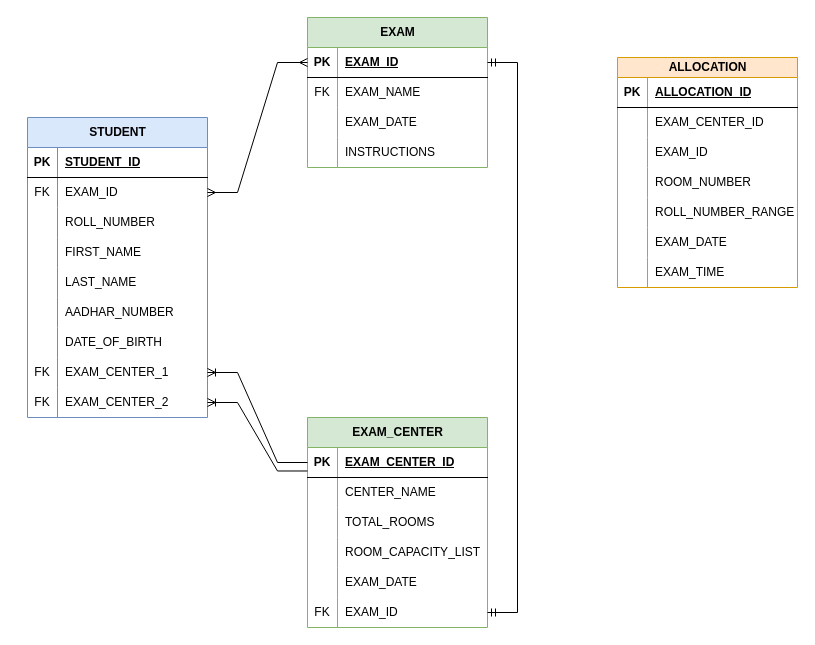
Above: DFD.drawio in Bibhash7/SeatWise (draw.io), before the change. Source tidied: cells renumbered, new cells numbered last; positions are measured from the earlier drawing's top-left corner, leaving out a move shared by most shapes. Both pictures are drawn from the tidied source at 100%, with x=0, y=0 at pixel (27, 17).
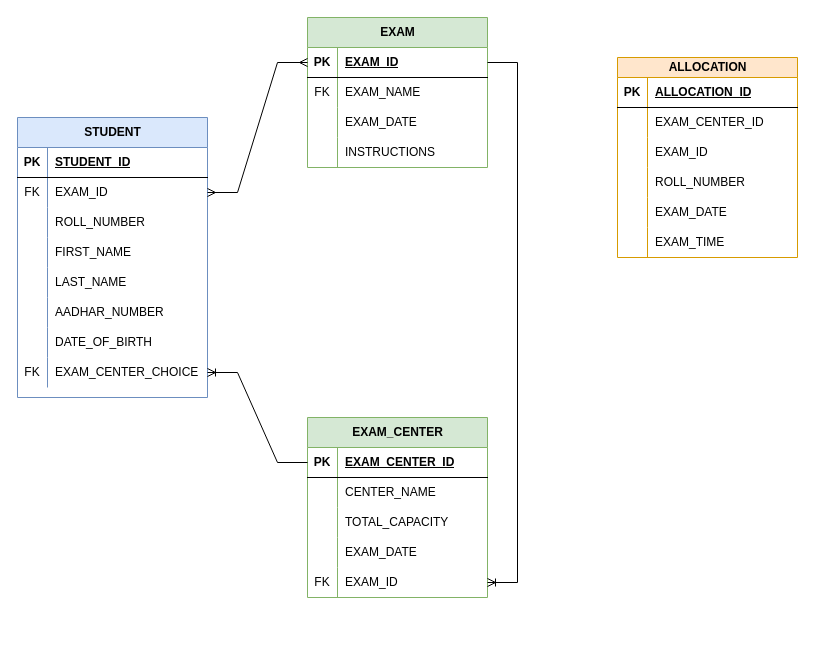
After the change.

The change refers to these unchanged cells:
```xml
<mxCell id="31" style="shape=tableRow;horizontal=0;startSize=0;swimlaneHead=0;swimlaneBody=0;fillColor=none;points=[[0,0.5],[1,0.5]];portConstraint=eastwest;top=0;left=0;right=0;bottom=1;" parent="30" vertex="1">
  <mxGeometry y="30" width="180" height="30" as="geometry" />
</mxCell>
<mxCell id="44" style="shape=tableRow;horizontal=0;startSize=0;swimlaneHead=0;swimlaneBody=0;fillColor=none;points=[[0,0.5],[1,0.5]];portConstraint=eastwest;top=0;left=0;right=0;bottom=1;" parent="43" vertex="1">
  <mxGeometry y="30" width="180" height="30" as="geometry" />
</mxCell>
<mxCell id="50" style="shape=tableRow;horizontal=0;startSize=0;swimlaneHead=0;swimlaneBody=0;fillColor=none;top=0;left=0;right=0;bottom=0;" parent="43" vertex="1">
  <mxGeometry y="90" width="180" height="30" as="geometry" />
</mxCell>
<mxCell id="72" style="shape=tableRow;horizontal=0;startSize=0;swimlaneHead=0;swimlaneBody=0;fillColor=none;top=0;left=0;right=0;bottom=0;" parent="62" vertex="1">
  <mxGeometry y="110" width="180" height="30" as="geometry" />
</mxCell>
```

Diff of the diagram source:
```diff
@@
     <mxCell id="2" value="STUDENT" style="shape=table;startSize=30;childLayout=tableLayout;rowLines=0;fontStyle=1;align=center;html=1;fillColor=#dae8fc;strokeColor=#6c8ebf;" parent="1" vertex="1">
-      <mxGeometry y="100" width="180" height="300" as="geometry" />
+      <mxGeometry x="-10" y="100" width="190" height="280" as="geometry" />
     </mxCell>
     <mxCell id="3" style="shape=tableRow;horizontal=0;startSize=0;swimlaneHead=0;swimlaneBody=0;fillColor=none;top=0;left=0;right=0;bottom=1;" parent="2" vertex="1">
-      <mxGeometry y="30" width="180" height="30" as="geometry" />
+      <mxGeometry y="30" width="190" height="30" as="geometry" />
     </mxCell>
@@
     <mxCell id="5" value="STUDENT_ID" style="shape=partialRectangle;fillColor=none;top=0;left=0;bottom=0;right=0;align=left;spacingLeft=6;fontStyle=5;overflow=hidden;whiteSpace=wrap;html=1;" parent="3" vertex="1">
-      <mxGeometry x="30" width="150" height="30" as="geometry" />
+      <mxGeometry x="30" width="160" height="30" as="geometry" />
     </mxCell>
     <mxCell id="6" style="shape=tableRow;horizontal=0;startSize=0;swimlaneHead=0;swimlaneBody=0;fillColor=none;points=[[0,0.5],[1,0.5]];portConstraint=eastwest;top=0;left=0;right=0;bottom=0;" parent="2" vertex="1">
-      <mxGeometry y="60" width="180" height="30" as="geometry" />
+      <mxGeometry y="60" width="190" height="30" as="geometry" />
     </mxCell>
@@
     <mxCell id="8" value="EXAM_ID" style="shape=partialRectangle;fillColor=none;top=0;left=0;bottom=0;right=0;align=left;spacingLeft=6;overflow=hidden;whiteSpace=wrap;html=1;" parent="6" vertex="1">
-      <mxGeometry x="30" width="150" height="30" as="geometry" />
+      <mxGeometry x="30" width="160" height="30" as="geometry" />
     </mxCell>
     <mxCell id="9" style="shape=tableRow;horizontal=0;startSize=0;swimlaneHead=0;swimlaneBody=0;fillColor=none;top=0;left=0;right=0;bottom=0;" parent="2" vertex="1">
-      <mxGeometry y="90" width="180" height="30" as="geometry" />
+      <mxGeometry y="90" width="190" height="30" as="geometry" />
     </mxCell>
@@
     <mxCell id="11" value="ROLL_NUMBER" style="shape=partialRectangle;fillColor=none;top=0;left=0;bottom=0;right=0;align=left;spacingLeft=6;overflow=hidden;whiteSpace=wrap;html=1;" parent="9" vertex="1">
-      <mxGeometry x="30" width="150" height="30" as="geometry" />
+      <mxGeometry x="30" width="160" height="30" as="geometry" />
     </mxCell>
     <mxCell id="12" style="shape=tableRow;horizontal=0;startSize=0;swimlaneHead=0;swimlaneBody=0;fillColor=none;top=0;left=0;right=0;bottom=0;" parent="2" vertex="1">
-      <mxGeometry y="120" width="180" height="30" as="geometry" />
+      <mxGeometry y="120" width="190" height="30" as="geometry" />
     </mxCell>
@@
     <mxCell id="14" value="FIRST_NAME" style="shape=partialRectangle;fillColor=none;top=0;left=0;bottom=0;right=0;align=left;spacingLeft=6;overflow=hidden;whiteSpace=wrap;html=1;" parent="12" vertex="1">
-      <mxGeometry x="30" width="150" height="30" as="geometry" />
+      <mxGeometry x="30" width="160" height="30" as="geometry" />
     </mxCell>
     <mxCell id="15" style="shape=tableRow;horizontal=0;startSize=0;swimlaneHead=0;swimlaneBody=0;fillColor=none;top=0;left=0;right=0;bottom=0;" parent="2" vertex="1">
-      <mxGeometry y="150" width="180" height="30" as="geometry" />
+      <mxGeometry y="150" width="190" height="30" as="geometry" />
     </mxCell>
@@
     <mxCell id="17" value="LAST_NAME" style="shape=partialRectangle;fillColor=none;top=0;left=0;bottom=0;right=0;align=left;spacingLeft=6;overflow=hidden;whiteSpace=wrap;html=1;" parent="15" vertex="1">
-      <mxGeometry x="30" width="150" height="30" as="geometry" />
+      <mxGeometry x="30" width="160" height="30" as="geometry" />
     </mxCell>
     <mxCell id="18" style="shape=tableRow;horizontal=0;startSize=0;swimlaneHead=0;swimlaneBody=0;fillColor=none;top=0;left=0;right=0;bottom=0;" parent="2" vertex="1">
-      <mxGeometry y="180" width="180" height="30" as="geometry" />
+      <mxGeometry y="180" width="190" height="30" as="geometry" />
     </mxCell>
@@
     <mxCell id="20" value="AADHAR_NUMBER" style="shape=partialRectangle;fillColor=none;top=0;left=0;bottom=0;right=0;align=left;spacingLeft=6;overflow=hidden;whiteSpace=wrap;html=1;" parent="18" vertex="1">
-      <mxGeometry x="30" width="150" height="30" as="geometry" />
+      <mxGeometry x="30" width="160" height="30" as="geometry" />
     </mxCell>
     <mxCell id="21" style="shape=tableRow;horizontal=0;startSize=0;swimlaneHead=0;swimlaneBody=0;fillColor=none;top=0;left=0;right=0;bottom=0;" parent="2" vertex="1">
-      <mxGeometry y="210" width="180" height="30" as="geometry" />
+      <mxGeometry y="210" width="190" height="30" as="geometry" />
     </mxCell>
@@
     <mxCell id="23" value="DATE_OF_BIRTH" style="shape=partialRectangle;fillColor=none;top=0;left=0;bottom=0;right=0;align=left;spacingLeft=6;overflow=hidden;whiteSpace=wrap;html=1;" parent="21" vertex="1">
-      <mxGeometry x="30" width="150" height="30" as="geometry" />
+      <mxGeometry x="30" width="160" height="30" as="geometry" />
     </mxCell>
     <mxCell id="24" style="shape=tableRow;horizontal=0;startSize=0;swimlaneHead=0;swimlaneBody=0;fillColor=none;points=[[0,0.5],[1,0.5]];portConstraint=eastwest;top=0;left=0;right=0;bottom=0;" parent="2" vertex="1">
-      <mxGeometry y="240" width="180" height="30" as="geometry" />
+      <mxGeometry y="240" width="190" height="30" as="geometry" />
     </mxCell>
@@
-    <mxCell id="26" value="EXAM_CENTER_1" style="shape=partialRectangle;fillColor=none;top=0;left=0;bottom=0;right=0;align=left;spacingLeft=6;overflow=hidden;whiteSpace=wrap;html=1;" parent="24" vertex="1">
-      <mxGeometry x="30" width="150" height="30" as="geometry" />
+    <mxCell id="26" value="EXAM_CENTER_CHOICE" style="shape=partialRectangle;fillColor=none;top=0;left=0;bottom=0;right=0;align=left;spacingLeft=6;overflow=hidden;whiteSpace=wrap;html=1;" parent="24" vertex="1">
+      <mxGeometry x="30" width="160" height="30" as="geometry" />
     </mxCell>
-    <mxCell id="27" style="shape=tableRow;horizontal=0;startSize=0;swimlaneHead=0;swimlaneBody=0;fillColor=none;points=[[0,0.5],[1,0.5]];portConstraint=eastwest;top=0;left=0;right=0;bottom=0;" parent="2" vertex="1">
-      <mxGeometry y="270" width="180" height="30" as="geometry" />
-    </mxCell>
-    <mxCell id="28" value="FK" style="shape=partialRectangle;fillColor=none;top=0;left=0;bottom=0;right=0;overflow=hidden;whiteSpace=wrap;html=1;" parent="27" vertex="1">
-      <mxGeometry width="30" height="30" as="geometry" />
-    </mxCell>
-    <mxCell id="29" value="EXAM_CENTER_2" style="shape=partialRectangle;fillColor=none;top=0;left=0;bottom=0;right=0;align=left;spacingLeft=6;overflow=hidden;whiteSpace=wrap;html=1;" parent="27" vertex="1">
-      <mxGeometry x="30" width="150" height="30" as="geometry" />
-    </mxCell>
@@
     <mxCell id="43" value="EXAM_CENTER" style="shape=table;startSize=30;childLayout=tableLayout;rowLines=0;fontStyle=1;align=center;html=1;fillColor=#d5e8d4;strokeColor=#82b366;" parent="1" vertex="1">
-      <mxGeometry x="280" y="400" width="180" height="210" as="geometry" />
+      <mxGeometry x="280" y="400" width="180" height="180" as="geometry" />
     </mxCell>
@@
-    <mxCell id="52" value="TOTAL_ROOMS" style="shape=partialRectangle;fillColor=none;top=0;left=0;bottom=0;right=0;align=left;spacingLeft=6;overflow=hidden;whiteSpace=wrap;html=1;" parent="50" vertex="1">
+    <mxCell id="52" value="TOTAL_CAPACITY" style="shape=partialRectangle;fillColor=none;top=0;left=0;bottom=0;right=0;align=left;spacingLeft=6;overflow=hidden;whiteSpace=wrap;html=1;" parent="50" vertex="1">
       <mxGeometry x="30" width="150" height="30" as="geometry" />
     </mxCell>
-    <mxCell id="53" style="shape=tableRow;horizontal=0;startSize=0;swimlaneHead=0;swimlaneBody=0;fillColor=none;top=0;left=0;right=0;bottom=0;" parent="43" vertex="1">
-      <mxGeometry y="120" width="180" height="30" as="geometry" />
-    </mxCell>
-    <mxCell id="54" style="shape=partialRectangle;fillColor=none;top=0;left=0;bottom=0;right=0;overflow=hidden;whiteSpace=wrap;html=1;" parent="53" vertex="1">
-      <mxGeometry width="30" height="30" as="geometry" />
-    </mxCell>
-    <mxCell id="55" value="ROOM_CAPACITY_LIST" style="shape=partialRectangle;fillColor=none;top=0;left=0;bottom=0;right=0;align=left;spacingLeft=6;overflow=hidden;whiteSpace=wrap;html=1;" parent="53" vertex="1">
-      <mxGeometry x="30" width="150" height="30" as="geometry" />
-    </mxCell>
     <mxCell id="56" style="shape=tableRow;horizontal=0;startSize=0;swimlaneHead=0;swimlaneBody=0;fillColor=none;top=0;left=0;right=0;bottom=0;" parent="43" vertex="1">
-      <mxGeometry y="150" width="180" height="30" as="geometry" />
+      <mxGeometry y="120" width="180" height="30" as="geometry" />
     </mxCell>
@@
     <mxCell id="59" style="shape=tableRow;horizontal=0;startSize=0;swimlaneHead=0;swimlaneBody=0;fillColor=none;points=[[0,0.5],[1,0.5]];portConstraint=eastwest;top=0;left=0;right=0;bottom=0;" parent="43" vertex="1">
-      <mxGeometry y="180" width="180" height="30" as="geometry" />
+      <mxGeometry y="150" width="180" height="30" as="geometry" />
     </mxCell>
@@
     <mxCell id="62" value="ALLOCATION" style="shape=table;startSize=20;childLayout=tableLayout;rowLines=0;fontStyle=1;align=center;html=1;fillColor=#ffe6cc;strokeColor=#d79b00;" parent="1" vertex="1">
-      <mxGeometry x="590" y="40" width="180" height="230" as="geometry" />
+      <mxGeometry x="590" y="40" width="180" height="200" as="geometry" />
     </mxCell>
@@
-    <mxCell id="74" value="ROOM_NUMBER" style="shape=partialRectangle;fillColor=none;top=0;left=0;bottom=0;right=0;align=left;spacingLeft=6;overflow=hidden;whiteSpace=wrap;html=1;" parent="72" vertex="1">
+    <mxCell id="74" value="ROLL_NUMBER" style="shape=partialRectangle;fillColor=none;top=0;left=0;bottom=0;right=0;align=left;spacingLeft=6;overflow=hidden;whiteSpace=wrap;html=1;" parent="72" vertex="1">
       <mxGeometry x="30" width="150" height="30" as="geometry" />
     </mxCell>
-    <mxCell id="75" style="shape=tableRow;horizontal=0;startSize=0;swimlaneHead=0;swimlaneBody=0;fillColor=none;top=0;left=0;right=0;bottom=0;" parent="62" vertex="1">
-      <mxGeometry y="140" width="180" height="30" as="geometry" />
-    </mxCell>
-    <mxCell id="76" style="shape=partialRectangle;fillColor=none;top=0;left=0;bottom=0;right=0;overflow=hidden;whiteSpace=wrap;html=1;" parent="75" vertex="1">
-      <mxGeometry width="30" height="30" as="geometry" />
-    </mxCell>
-    <mxCell id="77" value="ROLL_NUMBER_RANGE" style="shape=partialRectangle;fillColor=none;top=0;left=0;bottom=0;right=0;align=left;spacingLeft=6;overflow=hidden;whiteSpace=wrap;html=1;" parent="75" vertex="1">
-      <mxGeometry x="30" width="150" height="30" as="geometry" />
-    </mxCell>
     <mxCell id="78" style="shape=tableRow;horizontal=0;startSize=0;swimlaneHead=0;swimlaneBody=0;fillColor=none;top=0;left=0;right=0;bottom=0;" parent="62" vertex="1">
-      <mxGeometry y="170" width="180" height="30" as="geometry" />
+      <mxGeometry y="140" width="180" height="30" as="geometry" />
     </mxCell>
@@
     <mxCell id="81" style="shape=tableRow;horizontal=0;startSize=0;swimlaneHead=0;swimlaneBody=0;fillColor=none;top=0;left=0;right=0;bottom=0;" parent="62" vertex="1">
-      <mxGeometry y="200" width="180" height="30" as="geometry" />
+      <mxGeometry y="170" width="180" height="30" as="geometry" />
     </mxCell>
@@
-    <mxCell id="84" style="edgeStyle=entityRelationEdgeStyle;fontSize=12;html=1;endArrow=ERmandOne;startArrow=ERmandOne;rounded=0;entryX=1;entryY=0.5;entryDx=0;entryDy=0;exitX=1;exitY=0.5;exitDx=0;exitDy=0;" parent="1" edge="1" source="59" target="31">
-      <mxGeometry relative="1" as="geometry" />
-    </mxCell>
@@
-    <mxCell id="87" style="edgeStyle=entityRelationEdgeStyle;fontSize=12;html=1;endArrow=ERoneToMany;rounded=0;exitX=0;exitY=0.783;exitDx=0;exitDy=0;entryX=1;entryY=0.5;entryDx=0;entryDy=0;exitPerimeter=0;" parent="1" edge="1" source="44" target="27">
-      <mxGeometry relative="1" as="geometry">
-        <Array as="points">
-          <mxPoint x="250" y="340" />
-          <mxPoint x="280" y="480" />
-        </Array>
-      </mxGeometry>
-    </mxCell>
+    <mxCell id="88" style="edgeStyle=entityRelationEdgeStyle;fontSize=12;html=1;endArrow=ERoneToMany;rounded=0;exitX=1;exitY=0.5;exitDx=0;exitDy=0;entryX=1;entryY=0.5;entryDx=0;entryDy=0;" parent="1" edge="1" source="31" target="59">
+      <mxGeometry relative="1" as="geometry" />
+    </mxCell>
```
